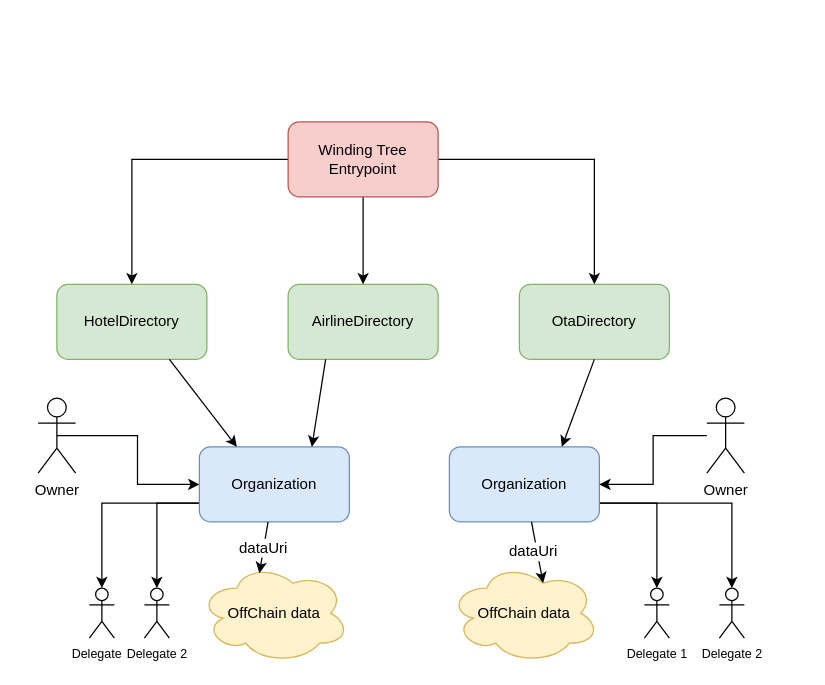
This is assets/contracts-schema.drawio from windingtree/org.id, a draw.io file, before an edit. Source tidied: cells renumbered, new cells numbered last; positions are measured from the earlier drawing's top-left corner, leaving out a move shared by most shapes. Both pictures are drawn from the tidied source at 125%, with x=0, y=0 at pixel (38, 121).
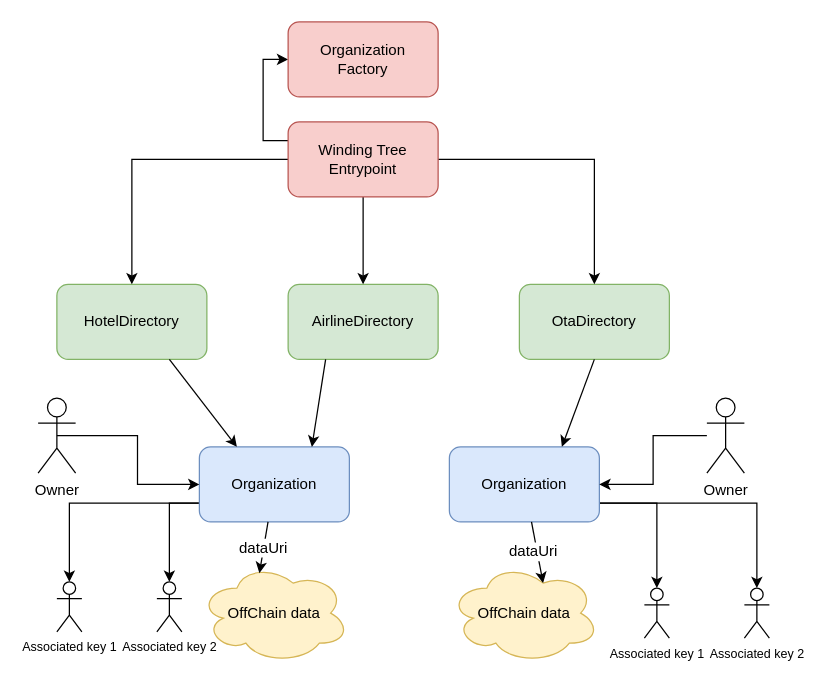
Above is the later version.

The change refers to these unchanged cells:
```xml
<mxCell id="4" value="Organization" style="rounded=1;whiteSpace=wrap;html=1;fillColor=#dae8fc;strokeColor=#6c8ebf;" parent="1" vertex="1">
  <mxGeometry x="129" y="260" width="120" height="60" as="geometry" />
</mxCell>
<mxCell id="27" value="Winding Tree Entrypoint" style="rounded=1;whiteSpace=wrap;html=1;fillColor=#f8cecc;strokeColor=#b85450;" parent="1" vertex="1">
  <mxGeometry x="200" width="120" height="60" as="geometry" />
</mxCell>
```

What changed in the source:
```diff
@@
     <mxCell id="3" style="edgeStyle=orthogonalEdgeStyle;rounded=0;jettySize=auto;html=1;exitX=0;exitY=0.75;exitDx=0;exitDy=0;entryX=0.5;entryY=0;entryDx=0;entryDy=0;entryPerimeter=0;fontSize=10;" parent="1" edge="1" source="4" target="29">
       <mxGeometry relative="1" as="geometry">
         <Array as="points">
-          <mxPoint x="95" y="305" />
+          <mxPoint x="105" y="305" />
         </Array>
       </mxGeometry>
     </mxCell>
@@
+    <mxCell id="32" style="edgeStyle=orthogonalEdgeStyle;rounded=0;jettySize=auto;html=1;exitX=0;exitY=0.25;exitDx=0;exitDy=0;entryX=0;entryY=0.5;entryDx=0;entryDy=0;" parent="1" edge="1" source="27" target="33">
+      <mxGeometry relative="1" as="geometry">
+        <Array as="points">
+          <mxPoint x="180" y="15" />
+          <mxPoint x="180" y="-50" />
+        </Array>
+      </mxGeometry>
+    </mxCell>
@@
-    <mxCell id="28" value="Delegate 1&lt;br style=&quot;font-size: 10px;&quot;&gt;" style="shape=umlActor;verticalLabelPosition=bottom;labelBackgroundColor=#ffffff;verticalAlign=top;html=1;outlineConnect=0;fontSize=10;" parent="1" vertex="1">
-      <mxGeometry x="41" y="373" width="20" height="40" as="geometry" />
+    <mxCell id="28" value="Associated key 1&lt;br style=&quot;font-size: 10px&quot;&gt;" style="shape=umlActor;verticalLabelPosition=bottom;labelBackgroundColor=#ffffff;verticalAlign=top;html=1;outlineConnect=0;fontSize=10;" parent="1" vertex="1">
+      <mxGeometry x="15" y="368" width="20" height="40" as="geometry" />
     </mxCell>
-    <mxCell id="29" value="Delegate 2&lt;br style=&quot;font-size: 10px&quot;&gt;" style="shape=umlActor;verticalLabelPosition=bottom;labelBackgroundColor=#ffffff;verticalAlign=top;html=1;outlineConnect=0;fontSize=10;" parent="1" vertex="1">
-      <mxGeometry x="85" y="373" width="20" height="40" as="geometry" />
+    <mxCell id="29" value="Associated key 2&lt;br style=&quot;font-size: 10px&quot;&gt;" style="shape=umlActor;verticalLabelPosition=bottom;labelBackgroundColor=#ffffff;verticalAlign=top;html=1;outlineConnect=0;fontSize=10;" parent="1" vertex="1">
+      <mxGeometry x="95" y="368" width="20" height="40" as="geometry" />
     </mxCell>
-    <mxCell id="30" value="Delegate 1&lt;br style=&quot;font-size: 10px;&quot;&gt;" style="shape=umlActor;verticalLabelPosition=bottom;labelBackgroundColor=#ffffff;verticalAlign=top;html=1;outlineConnect=0;fontSize=10;" parent="1" vertex="1">
+    <mxCell id="30" value="Associated key 1&lt;br style=&quot;font-size: 10px&quot;&gt;" style="shape=umlActor;verticalLabelPosition=bottom;labelBackgroundColor=#ffffff;verticalAlign=top;html=1;outlineConnect=0;fontSize=10;" parent="1" vertex="1">
       <mxGeometry x="485" y="373" width="20" height="40" as="geometry" />
     </mxCell>
-    <mxCell id="31" value="Delegate 2&lt;br style=&quot;font-size: 10px&quot;&gt;" style="shape=umlActor;verticalLabelPosition=bottom;labelBackgroundColor=#ffffff;verticalAlign=top;html=1;outlineConnect=0;fontSize=10;" parent="1" vertex="1">
-      <mxGeometry x="545" y="373" width="20" height="40" as="geometry" />
+    <mxCell id="31" value="Associated key 2&lt;br style=&quot;font-size: 10px&quot;&gt;" style="shape=umlActor;verticalLabelPosition=bottom;labelBackgroundColor=#ffffff;verticalAlign=top;html=1;outlineConnect=0;fontSize=10;" parent="1" vertex="1">
+      <mxGeometry x="565" y="373" width="20" height="40" as="geometry" />
     </mxCell>
+    <mxCell id="33" value="Organization&lt;br&gt;Factory&lt;br&gt;" style="rounded=1;whiteSpace=wrap;html=1;fillColor=#f8cecc;strokeColor=#b85450;" parent="1" vertex="1">
+      <mxGeometry x="200" y="-80" width="120" height="60" as="geometry" />
+    </mxCell>
```
